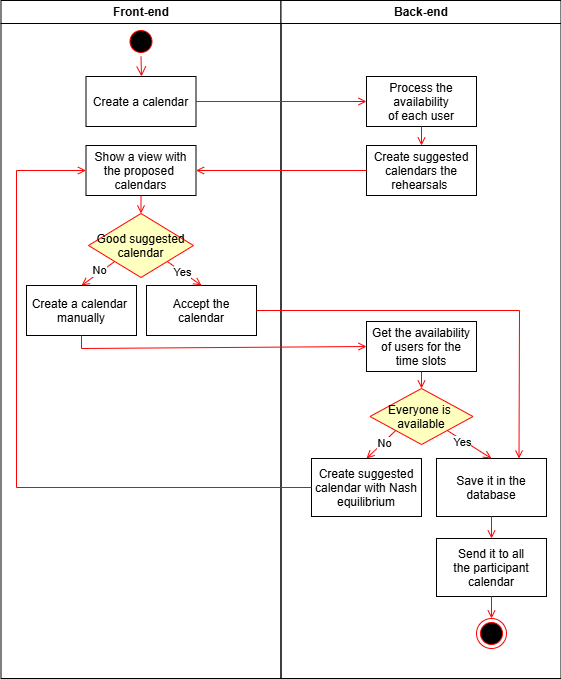
delphvr/TFE keeps this draw.io diagram as requirements/calendarselection.drawio.png. Above is the earlier version. Source tidied: cells renumbered, new cells last; positions are measured from the earlier drawing's top-left corner, leaving out a move shared by most shapes.
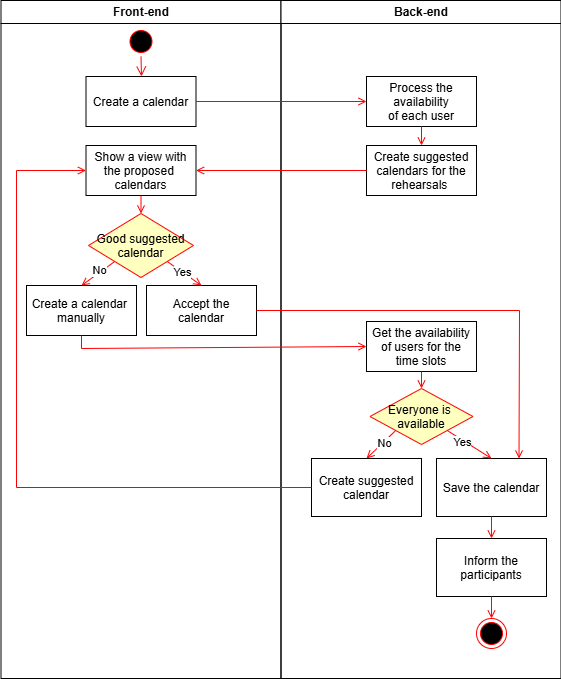
Later version of the same file.

Commit message:
Misse à jour activity diagram and calendar

What changed in the source:
```diff
@@ -50,16 +50,16 @@
     <mxCell id="17" value="Get the availability&#10;of users for the&#10;time slots" parent="15" vertex="1">
       <mxGeometry x="85.5" y="321" width="110" height="50" as="geometry" />
     </mxCell>
-    <mxCell id="18" value="Save it in the &#10;database" parent="15" vertex="1">
+    <mxCell id="18" value="Save the calendar" parent="15" vertex="1">
       <mxGeometry x="155.5" y="458" width="110" height="58" as="geometry" />
     </mxCell>
-    <mxCell id="19" value="Create suggested&#10;calendars the &#10;rehearsals " parent="15" vertex="1">
+    <mxCell id="19" value="Create suggested&#10;calendars for the &#10;rehearsals " parent="15" vertex="1">
       <mxGeometry x="85.5" y="145" width="110" height="50" as="geometry" />
     </mxCell>
     <mxCell id="20" style="endArrow=open;strokeColor=#FF0000;endFill=1;rounded=0;exitX=0.5;exitY=1;exitDx=0;exitDy=0;entryX=0.5;entryY=0;entryDx=0;entryDy=0;" parent="15" edge="1" source="16" target="19">
       <mxGeometry relative="1" as="geometry" />
     </mxCell>
-    <mxCell id="21" value="Send it to all&#10;the participant&#10;calendar" parent="15" vertex="1">
+    <mxCell id="21" value="Inform the &#10;participants" parent="15" vertex="1">
       <mxGeometry x="155.5" y="538" width="110" height="58" as="geometry" />
     </mxCell>
     <mxCell id="22" style="endArrow=open;strokeColor=#FF0000;endFill=1;rounded=0;entryX=0.5;entryY=0;entryDx=0;entryDy=0;exitX=0.5;exitY=1;exitDx=0;exitDy=0;" parent="15" edge="1" source="18" target="21">
@@ -77,7 +77,7 @@
     <mxCell id="26" value="Yes" style="edgeLabel;html=1;align=center;verticalAlign=middle;" parent="25" vertex="1">
       <mxGeometry x="-0.26" y="-2" relative="1" as="geometry" />
     </mxCell>
-    <mxCell id="27" value="Create suggested &#10;calendar with Nash &#10;equilibrium" parent="15" vertex="1">
+    <mxCell id="27" value="Create suggested &#10;calendar" parent="15" vertex="1">
       <mxGeometry x="30.5" y="458" width="110" height="58" as="geometry" />
     </mxCell>
     <mxCell id="28" style="endArrow=open;strokeColor=#FF0000;endFill=1;rounded=0;entryX=0.5;entryY=0;entryDx=0;entryDy=0;exitX=0;exitY=1;exitDx=0;exitDy=0;" parent="15" edge="1" source="24" target="27">
```
